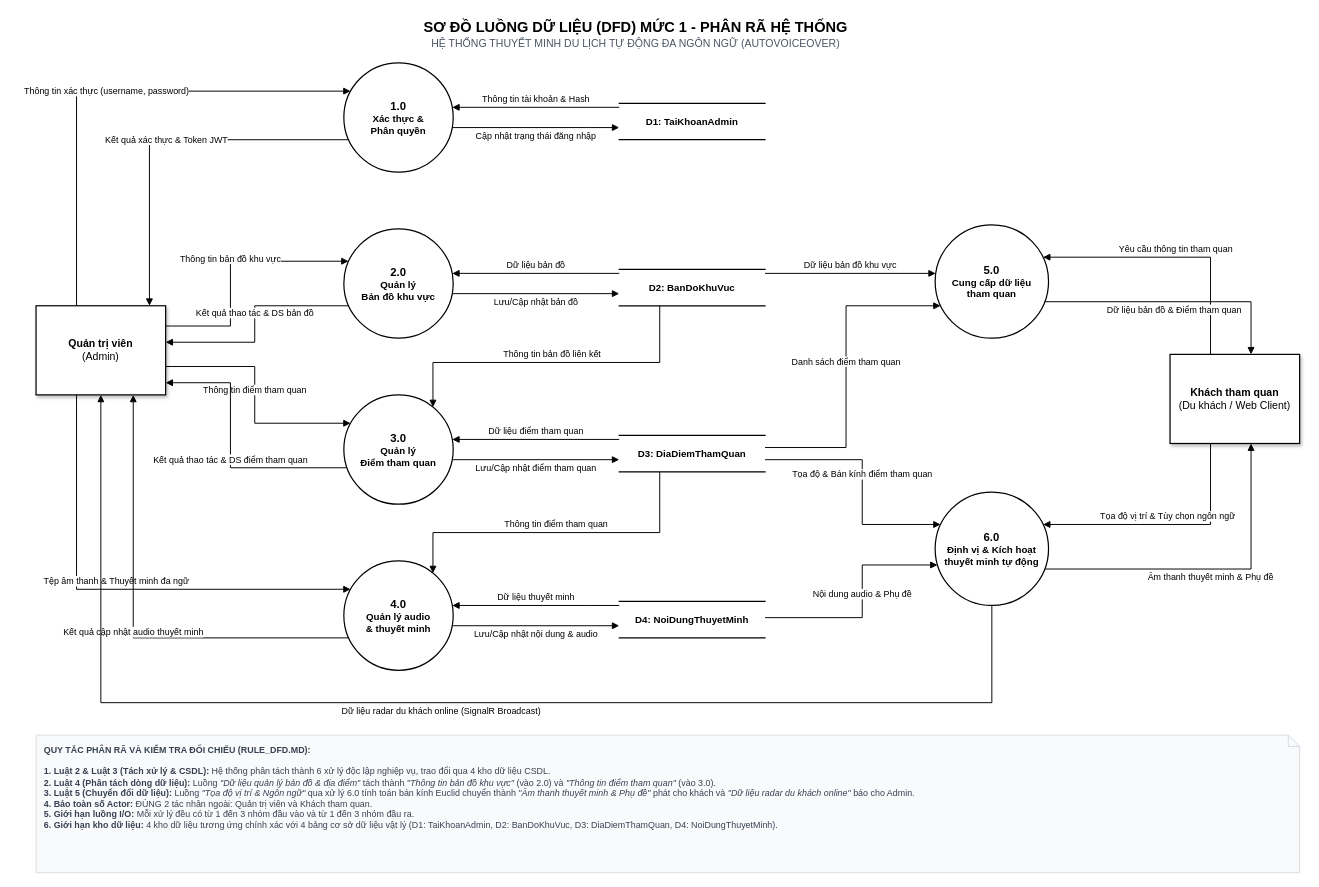
Above: DFD/DFD_1/DFD-Muc-1.drawio.xml in imqhyy/CNPM (draw.io), before the change. Source tidied: cells renumbered, new cells numbered last; positions are measured from the earlier drawing's top-left corner, leaving out a move shared by most shapes. Both pictures are drawn from the tidied source at 81%, with x=0, y=0 at pixel (36, 14).
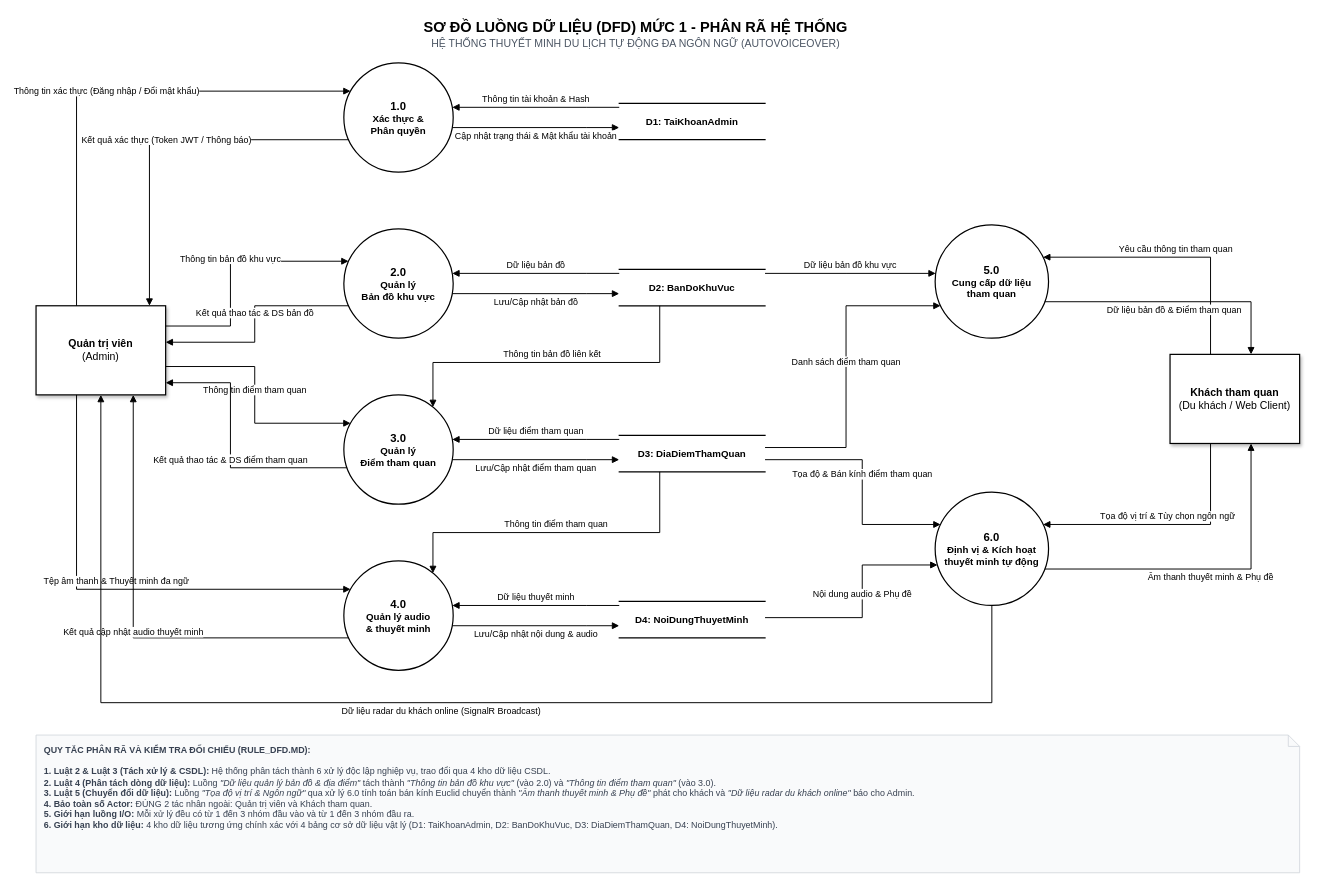
The same page after the edit.

The change refers to these unchanged cells:
```xml
<mxCell id="3" value="&lt;b&gt;Quản trị viên&lt;/b&gt;&lt;br&gt;(Admin)" style="rounded=0;whiteSpace=wrap;html=1;shadow=1;strokeColor=#000000;strokeWidth=1.5;fillColor=#ffffff;fontFamily=Helvetica;fontSize=13;align=center;verticalAlign=middle;" parent="1" vertex="1">
  <mxGeometry y="360" width="160" height="110" as="geometry" />
</mxCell>
<mxCell id="5" value="&lt;b&gt;D1: TaiKhoanAdmin&lt;/b&gt;" style="shape=partialRectangle;top=1;bottom=1;right=0;left=0;fillColor=none;strokeColor=#000000;strokeWidth=1.5;html=1;whiteSpace=wrap;align=center;verticalAlign=middle;fontFamily=Helvetica;fontSize=12;fontStyle=1;" parent="1" vertex="1">
  <mxGeometry x="720" y="110" width="180" height="45" as="geometry" />
</mxCell>
<mxCell id="9" value="&lt;b style=&quot;font-size: 14px;&quot;&gt;1.0&lt;/b&gt;&lt;br&gt;&lt;b&gt;Xác thực &amp;&lt;br&gt;Phân quyền&lt;/b&gt;" style="ellipse;whiteSpace=wrap;html=1;strokeColor=#000000;strokeWidth=1.5;fillColor=#ffffff;fontFamily=Helvetica;fontSize=12;align=center;verticalAlign=middle;" parent="1" vertex="1">
  <mxGeometry x="380" y="60" width="135" height="135" as="geometry" />
</mxCell>
```

What changed in the source:
```diff
@@
-    <mxCell id="15" value="Thông tin xác thực (username, password)" style="edgeStyle=orthogonalEdgeStyle;rounded=0;jettySize=auto;html=1;endArrow=block;endFill=1;strokeColor=#000000;strokeWidth=1.2;fontFamily=Helvetica;fontSize=11;labelBackgroundColor=#ffffff;" parent="1" edge="1" source="3" target="9">
+    <mxCell id="15" value="Thông tin xác thực (Đăng nhập / Đổi mật khẩu)" style="edgeStyle=orthogonalEdgeStyle;rounded=0;jettySize=auto;html=1;endArrow=block;endFill=1;strokeColor=#000000;strokeWidth=1.2;fontFamily=Helvetica;fontSize=11;labelBackgroundColor=#ffffff;" parent="1" edge="1" source="3" target="9">
       <mxGeometry relative="1" as="geometry">
         <Array as="points">
           <mxPoint x="50" y="95" />
         </Array>
       </mxGeometry>
     </mxCell>
@@
-    <mxCell id="17" value="Kết quả xác thực &amp; Token JWT" style="edgeStyle=orthogonalEdgeStyle;rounded=0;jettySize=auto;html=1;endArrow=block;endFill=1;strokeColor=#000000;strokeWidth=1.2;fontFamily=Helvetica;fontSize=11;labelBackgroundColor=#ffffff;" parent="1" edge="1" source="9" target="3">
+    <mxCell id="17" value="Kết quả xác thực (Token JWT / Thông báo)" style="edgeStyle=orthogonalEdgeStyle;rounded=0;jettySize=auto;html=1;endArrow=block;endFill=1;strokeColor=#000000;strokeWidth=1.2;fontFamily=Helvetica;fontSize=11;labelBackgroundColor=#ffffff;" parent="1" edge="1" source="9" target="3">
       <mxGeometry relative="1" as="geometry">
         <Array as="points">
           <mxPoint x="140" y="155" />
         </Array>
       </mxGeometry>
     </mxCell>
-    <mxCell id="18" value="Cập nhật trạng thái đăng nhập" style="edgeStyle=orthogonalEdgeStyle;rounded=0;jettySize=auto;html=1;endArrow=block;endFill=1;strokeColor=#000000;strokeWidth=1.2;fontFamily=Helvetica;fontSize=11;labelBackgroundColor=#ffffff;" parent="1" edge="1" source="9" target="5">
+    <mxCell id="18" value="Cập nhật trạng thái &amp; Mật khẩu tài khoản" style="edgeStyle=orthogonalEdgeStyle;rounded=0;jettySize=auto;html=1;endArrow=block;endFill=1;strokeColor=#000000;strokeWidth=1.2;fontFamily=Helvetica;fontSize=11;labelBackgroundColor=#ffffff;" parent="1" edge="1" source="9" target="5">
       <mxGeometry relative="1" as="geometry">
         <Array as="points">
           <mxPoint x="680" y="140" />
           <mxPoint x="680" y="140" />
         </Array>
         <mxPoint y="10" as="offset" />
       </mxGeometry>
     </mxCell>
```
